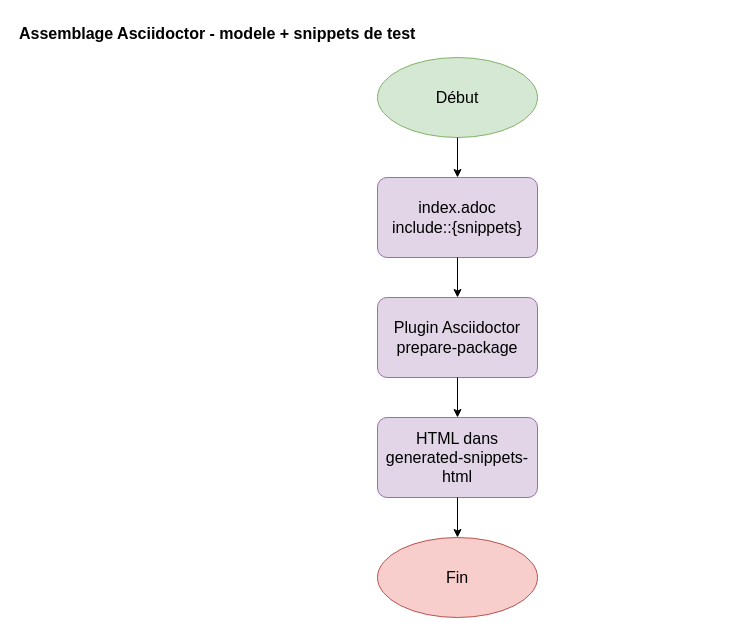
OrifInformatique/spring-auth keeps this draw.io diagram as page "3. Asciidoctor assembly" (3 of 4) of docs/process/restdocs-generation.drawio. Above is the earlier version. Source tidied: cells renumbered, new cells numbered last; positions are measured from the earlier drawing's top-left corner, leaving out a move shared by most shapes. Both pictures are drawn from the tidied source at 100%, with x=0, y=0 at pixel (17, 17).
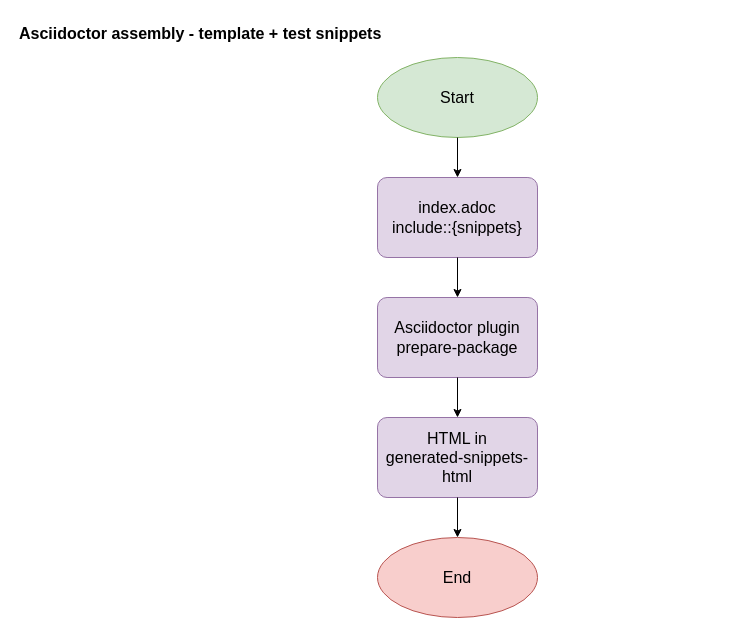
The same diagram, later.

What changed in the source:
```diff
@@
 <mxGraphModel>
   <root>
     <mxCell id="0" />
     <mxCell id="1" parent="0" />
-    <mxCell id="2" value="Assemblage Asciidoctor  - modele + snippets de test" style="text;html=1;strokeColor=none;fillColor=none;align=left;fontFamily=Helvetica;fontSize=16;fontStyle=1;fontColor=#000000;" parent="1" vertex="1">
+    <mxCell id="2" value="Asciidoctor assembly  - template + test snippets" style="text;html=1;strokeColor=none;fillColor=none;align=left;fontFamily=Helvetica;fontSize=16;fontStyle=1;fontColor=#000000;" parent="1" vertex="1">
       <mxGeometry width="720" height="30" as="geometry" />
     </mxCell>
-    <mxCell id="3" value="Début" style="ellipse;whiteSpace=wrap;html=1;strokeWidth=1;fontFamily=Helvetica;fontSize=16;fontStyle=0;fontColor=#000000;align=center;verticalAlign=middle;spacing=2;opacity=100;fillColor=#d5e8d4;strokeColor=#82b366;" parent="1" vertex="1">
+    <mxCell id="3" value="Start" style="ellipse;whiteSpace=wrap;html=1;strokeWidth=1;fontFamily=Helvetica;fontSize=16;fontStyle=0;fontColor=#000000;align=center;verticalAlign=middle;spacing=2;opacity=100;fillColor=#d5e8d4;strokeColor=#82b366;" parent="1" vertex="1">
       <mxGeometry x="360" y="40" width="160" height="80" as="geometry" />
     </mxCell>
     <mxCell id="4" value="index.adoc&#10;include::{snippets}" style="rounded=1;arcSize=12;whiteSpace=wrap;html=1;strokeWidth=1;fontFamily=Helvetica;fontSize=16;fontStyle=0;fontColor=#000000;align=center;verticalAlign=middle;spacing=2;opacity=100;fillColor=#e1d5e7;strokeColor=#9673a6;" parent="1" vertex="1">
       <mxGeometry x="360" y="160" width="160" height="80" as="geometry" />
     </mxCell>
-    <mxCell id="5" value="Plugin Asciidoctor&#10;prepare-package" style="rounded=1;arcSize=12;whiteSpace=wrap;html=1;strokeWidth=1;fontFamily=Helvetica;fontSize=16;fontStyle=0;fontColor=#000000;align=center;verticalAlign=middle;spacing=2;opacity=100;fillColor=#e1d5e7;strokeColor=#9673a6;" parent="1" vertex="1">
+    <mxCell id="5" value="Asciidoctor plugin&#10;prepare-package" style="rounded=1;arcSize=12;whiteSpace=wrap;html=1;strokeWidth=1;fontFamily=Helvetica;fontSize=16;fontStyle=0;fontColor=#000000;align=center;verticalAlign=middle;spacing=2;opacity=100;fillColor=#e1d5e7;strokeColor=#9673a6;" parent="1" vertex="1">
       <mxGeometry x="360" y="280" width="160" height="80" as="geometry" />
     </mxCell>
-    <mxCell id="6" value="HTML dans&#10;generated-snippets-html" style="rounded=1;arcSize=12;whiteSpace=wrap;html=1;strokeWidth=1;fontFamily=Helvetica;fontSize=16;fontStyle=0;fontColor=#000000;align=center;verticalAlign=middle;spacing=2;opacity=100;fillColor=#e1d5e7;strokeColor=#9673a6;" parent="1" vertex="1">
+    <mxCell id="6" value="HTML in&#10;generated-snippets-html" style="rounded=1;arcSize=12;whiteSpace=wrap;html=1;strokeWidth=1;fontFamily=Helvetica;fontSize=16;fontStyle=0;fontColor=#000000;align=center;verticalAlign=middle;spacing=2;opacity=100;fillColor=#e1d5e7;strokeColor=#9673a6;" parent="1" vertex="1">
       <mxGeometry x="360" y="400" width="160" height="80" as="geometry" />
     </mxCell>
-    <mxCell id="7" value="Fin" style="ellipse;whiteSpace=wrap;html=1;strokeWidth=1;fontFamily=Helvetica;fontSize=16;fontStyle=0;fontColor=#000000;align=center;verticalAlign=middle;spacing=2;opacity=100;fillColor=#f8cecc;strokeColor=#b85450;" parent="1" vertex="1">
+    <mxCell id="7" value="End" style="ellipse;whiteSpace=wrap;html=1;strokeWidth=1;fontFamily=Helvetica;fontSize=16;fontStyle=0;fontColor=#000000;align=center;verticalAlign=middle;spacing=2;opacity=100;fillColor=#f8cecc;strokeColor=#b85450;" parent="1" vertex="1">
       <mxGeometry x="360" y="520" width="160" height="80" as="geometry" />
     </mxCell>
     <mxCell id="8" style="edgeStyle=orthogonalEdgeStyle;rounded=0;jettySize=auto;html=1;strokeColor=#000000;strokeWidth=1;startArrow=none;endArrow=classic;endFill=1;endSize=6;jumpStyle=none;jumpSize=6;opacity=100;fontFamily=Helvetica;fontSize=11;fontColor=#000000;labelBackgroundColor=#ffffff;align=center;verticalAlign=middle;spacing=2;exitX=0.5;exitY=1;entryX=0.5;entryY=0;" parent="1" edge="1" source="3" target="4">
       <mxGeometry relative="1" as="geometry" />
     </mxCell>
     <mxCell id="9" style="edgeStyle=orthogonalEdgeStyle;rounded=0;jettySize=auto;html=1;strokeColor=#000000;strokeWidth=1;startArrow=none;endArrow=classic;endFill=1;endSize=6;jumpStyle=none;jumpSize=6;opacity=100;fontFamily=Helvetica;fontSize=11;fontColor=#000000;labelBackgroundColor=#ffffff;align=center;verticalAlign=middle;spacing=2;exitX=0.5;exitY=1;entryX=0.5;entryY=0;" parent="1" edge="1" source="4" target="5">
       <mxGeometry relative="1" as="geometry" />
     </mxCell>
     <mxCell id="10" style="edgeStyle=orthogonalEdgeStyle;rounded=0;jettySize=auto;html=1;strokeColor=#000000;strokeWidth=1;startArrow=none;endArrow=classic;endFill=1;endSize=6;jumpStyle=none;jumpSize=6;opacity=100;fontFamily=Helvetica;fontSize=11;fontColor=#000000;labelBackgroundColor=#ffffff;align=center;verticalAlign=middle;spacing=2;exitX=0.5;exitY=1;entryX=0.5;entryY=0;" parent="1" edge="1" source="5" target="6">
       <mxGeometry relative="1" as="geometry" />
     </mxCell>
     <mxCell id="11" style="edgeStyle=orthogonalEdgeStyle;rounded=0;jettySize=auto;html=1;strokeColor=#000000;strokeWidth=1;startArrow=none;endArrow=classic;endFill=1;endSize=6;jumpStyle=none;jumpSize=6;opacity=100;fontFamily=Helvetica;fontSize=11;fontColor=#000000;labelBackgroundColor=#ffffff;align=center;verticalAlign=middle;spacing=2;exitX=0.5;exitY=1;entryX=0.5;entryY=0;" parent="1" edge="1" source="6" target="7">
       <mxGeometry relative="1" as="geometry" />
     </mxCell>
   </root>
 </mxGraphModel>
```
